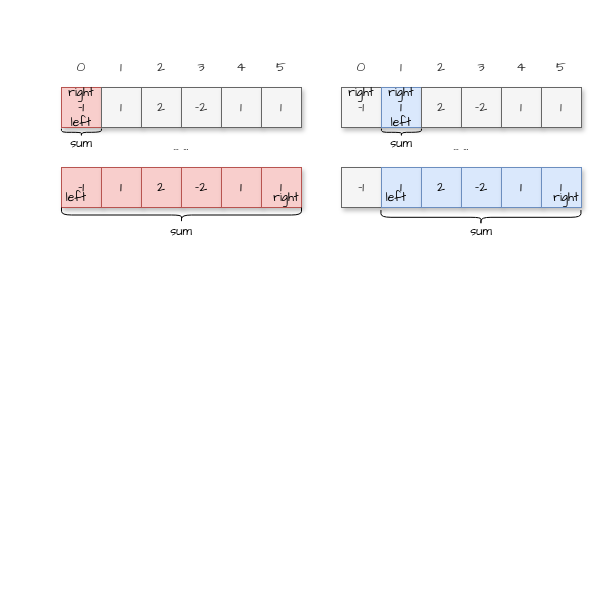
Above: draw.io/和为 K 的子数组.drawio in goldknife6/algorithm (draw.io), before the change. Source tidied: cells renumbered, new cells numbered last; positions are measured from the earlier drawing's top-left corner, leaving out a move shared by most shapes. Both pictures are drawn from the tidied source at 100%, with x=0, y=0 at pixel (61, 47).
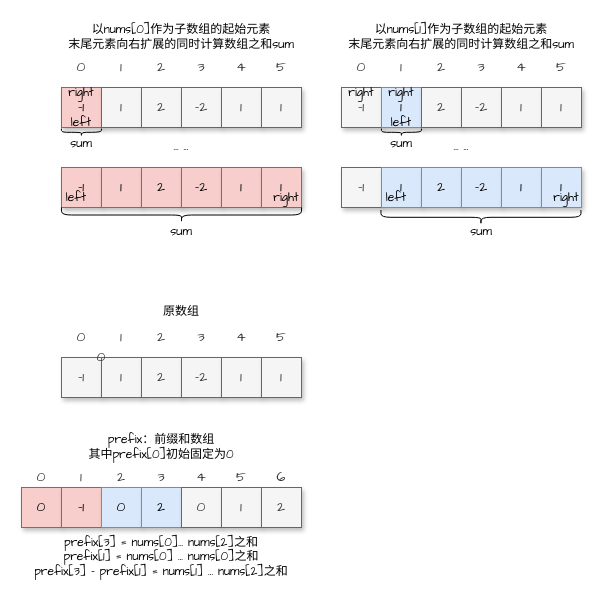
The same page after the edit.

Commit message (it also covers changes not shown here):
更新和为 K 的子数组.drawio

What changed in the source:
```diff
@@
+    <mxCell id="57" value="&lt;font style=&quot;font-size: 14px&quot; face=&quot;Comic Sans MS&quot;&gt;0&lt;/font&gt;" style="rounded=0;whiteSpace=wrap;html=1;fillColor=#f8cecc;strokeColor=#b85450;shadow=1;" parent="1" vertex="1">
+      <mxGeometry x="-40" y="440" width="40" height="40" as="geometry" />
+    </mxCell>
@@
+    <mxCell id="58" value="以nums[0]作为子数组的起始元素&lt;br&gt;&lt;div class=&quot;okr-block-clipboard&quot;&gt;&lt;/div&gt;&lt;div&gt;末尾元素向右扩展的同时计算数组之和sum&lt;/div&gt;" style="text;html=1;strokeColor=none;fillColor=none;align=center;verticalAlign=middle;whiteSpace=wrap;rounded=0;fontFamily=Comic Sans MS;" parent="1" vertex="1">
+      <mxGeometry y="-30" width="240" height="40" as="geometry" />
+    </mxCell>
+    <mxCell id="59" value="以nums[1]作为子数组的起始元素&lt;br&gt;&lt;div class=&quot;okr-block-clipboard&quot;&gt;&lt;/div&gt;&lt;div&gt;末尾元素向右扩展的同时计算数组之和sum&lt;/div&gt;" style="text;html=1;strokeColor=none;fillColor=none;align=center;verticalAlign=middle;whiteSpace=wrap;rounded=0;fontFamily=Comic Sans MS;" parent="1" vertex="1">
+      <mxGeometry x="280" y="-30" width="240" height="40" as="geometry" />
+    </mxCell>
+    <mxCell id="60" value="&lt;font style=&quot;font-size: 14px&quot; face=&quot;Comic Sans MS&quot;&gt;-1&lt;/font&gt;" style="rounded=0;whiteSpace=wrap;html=1;fillColor=#f5f5f5;strokeColor=#666666;shadow=1;fontColor=#333333;" parent="1" vertex="1">
+      <mxGeometry y="310" width="40" height="40" as="geometry" />
+    </mxCell>
+    <mxCell id="61" value="&lt;font style=&quot;font-size: 14px&quot; face=&quot;Comic Sans MS&quot;&gt;1&lt;/font&gt;" style="rounded=0;whiteSpace=wrap;html=1;fillColor=#f5f5f5;strokeColor=#666666;fontColor=#333333;shadow=1;" parent="1" vertex="1">
+      <mxGeometry x="40" y="310" width="40" height="40" as="geometry" />
+    </mxCell>
+    <mxCell id="62" value="&lt;font style=&quot;font-size: 14px&quot; face=&quot;Comic Sans MS&quot;&gt;2&lt;/font&gt;" style="rounded=0;whiteSpace=wrap;html=1;fillColor=#f5f5f5;strokeColor=#666666;fontColor=#333333;shadow=1;" parent="1" vertex="1">
+      <mxGeometry x="80" y="310" width="40" height="40" as="geometry" />
+    </mxCell>
+    <mxCell id="63" value="&lt;font style=&quot;font-size: 14px&quot; face=&quot;Comic Sans MS&quot;&gt;-2&lt;/font&gt;" style="rounded=0;whiteSpace=wrap;html=1;fillColor=#f5f5f5;strokeColor=#666666;fontColor=#333333;shadow=1;" parent="1" vertex="1">
+      <mxGeometry x="120" y="310" width="40" height="40" as="geometry" />
+    </mxCell>
+    <mxCell id="64" value="&lt;font style=&quot;font-size: 14px&quot; face=&quot;Comic Sans MS&quot;&gt;0&lt;/font&gt;" style="rounded=0;whiteSpace=wrap;html=1;fillColor=#f5f5f5;strokeColor=#666666;fontColor=#333333;shadow=1;opacity=0;" parent="1" vertex="1">
+      <mxGeometry y="270" width="40" height="40" as="geometry" />
+    </mxCell>
+    <mxCell id="65" value="&lt;font style=&quot;font-size: 14px&quot; face=&quot;Comic Sans MS&quot;&gt;1&lt;/font&gt;" style="rounded=0;whiteSpace=wrap;html=1;fillColor=#f5f5f5;strokeColor=#666666;fontColor=#333333;shadow=1;opacity=0;" parent="1" vertex="1">
+      <mxGeometry x="40" y="270" width="40" height="40" as="geometry" />
+    </mxCell>
+    <mxCell id="66" value="&lt;font style=&quot;font-size: 14px&quot; face=&quot;Comic Sans MS&quot;&gt;2&lt;/font&gt;" style="rounded=0;whiteSpace=wrap;html=1;fillColor=#f5f5f5;strokeColor=#666666;fontColor=#333333;shadow=1;opacity=0;" parent="1" vertex="1">
+      <mxGeometry x="80" y="270" width="40" height="40" as="geometry" />
+    </mxCell>
+    <mxCell id="67" value="&lt;font style=&quot;font-size: 14px&quot; face=&quot;Comic Sans MS&quot;&gt;3&lt;/font&gt;" style="rounded=0;whiteSpace=wrap;html=1;fillColor=#f5f5f5;strokeColor=#666666;fontColor=#333333;shadow=1;opacity=0;" parent="1" vertex="1">
+      <mxGeometry x="120" y="270" width="40" height="40" as="geometry" />
+    </mxCell>
+    <mxCell id="68" value="&lt;font style=&quot;font-size: 14px&quot; face=&quot;Comic Sans MS&quot;&gt;1&lt;/font&gt;" style="rounded=0;whiteSpace=wrap;html=1;fillColor=#f5f5f5;strokeColor=#666666;fontColor=#333333;shadow=1;" parent="1" vertex="1">
+      <mxGeometry x="160" y="310" width="40" height="40" as="geometry" />
+    </mxCell>
+    <mxCell id="69" value="&lt;font style=&quot;font-size: 14px&quot; face=&quot;Comic Sans MS&quot;&gt;1&lt;/font&gt;" style="rounded=0;whiteSpace=wrap;html=1;fillColor=#f5f5f5;strokeColor=#666666;fontColor=#333333;shadow=1;" parent="1" vertex="1">
+      <mxGeometry x="200" y="310" width="40" height="40" as="geometry" />
+    </mxCell>
+    <mxCell id="70" value="&lt;font style=&quot;font-size: 14px&quot; face=&quot;Comic Sans MS&quot;&gt;4&lt;/font&gt;" style="rounded=0;whiteSpace=wrap;html=1;fillColor=#f5f5f5;strokeColor=#666666;fontColor=#333333;shadow=1;opacity=0;" parent="1" vertex="1">
+      <mxGeometry x="160" y="270" width="40" height="40" as="geometry" />
+    </mxCell>
+    <mxCell id="71" value="&lt;font style=&quot;font-size: 14px&quot; face=&quot;Comic Sans MS&quot;&gt;5&lt;/font&gt;" style="rounded=0;whiteSpace=wrap;html=1;fillColor=#f5f5f5;strokeColor=#666666;fontColor=#333333;shadow=1;opacity=0;" parent="1" vertex="1">
+      <mxGeometry x="200" y="270" width="40" height="40" as="geometry" />
+    </mxCell>
+    <mxCell id="72" value="原数组" style="text;html=1;strokeColor=none;fillColor=none;align=center;verticalAlign=middle;whiteSpace=wrap;rounded=0;fontFamily=Comic Sans MS;" parent="1" vertex="1">
+      <mxGeometry y="250" width="240" height="30" as="geometry" />
+    </mxCell>
+    <mxCell id="73" value="&lt;font style=&quot;font-size: 14px&quot; face=&quot;Comic Sans MS&quot;&gt;-1&lt;/font&gt;" style="rounded=0;whiteSpace=wrap;html=1;fillColor=#f8cecc;strokeColor=#b85450;shadow=1;" parent="1" vertex="1">
+      <mxGeometry y="440" width="40" height="40" as="geometry" />
+    </mxCell>
+    <mxCell id="74" value="&lt;font style=&quot;font-size: 14px&quot; face=&quot;Comic Sans MS&quot;&gt;0&lt;/font&gt;" style="rounded=0;whiteSpace=wrap;html=1;fillColor=#dae8fc;strokeColor=#6c8ebf;shadow=1;" parent="1" vertex="1">
+      <mxGeometry x="40" y="440" width="40" height="40" as="geometry" />
+    </mxCell>
+    <mxCell id="75" value="&lt;font style=&quot;font-size: 14px&quot; face=&quot;Comic Sans MS&quot;&gt;2&lt;/font&gt;" style="rounded=0;whiteSpace=wrap;html=1;fillColor=#dae8fc;strokeColor=#6c8ebf;shadow=1;" parent="1" vertex="1">
+      <mxGeometry x="80" y="440" width="40" height="40" as="geometry" />
+    </mxCell>
+    <mxCell id="76" value="&lt;font style=&quot;font-size: 14px&quot; face=&quot;Comic Sans MS&quot;&gt;0&lt;/font&gt;" style="rounded=0;whiteSpace=wrap;html=1;fillColor=#f5f5f5;strokeColor=#666666;fontColor=#333333;shadow=1;" parent="1" vertex="1">
+      <mxGeometry x="120" y="440" width="40" height="40" as="geometry" />
+    </mxCell>
+    <mxCell id="77" value="&lt;font style=&quot;font-size: 14px&quot; face=&quot;Comic Sans MS&quot;&gt;1&lt;/font&gt;" style="rounded=0;whiteSpace=wrap;html=1;fillColor=#f5f5f5;strokeColor=#666666;fontColor=#333333;shadow=1;" parent="1" vertex="1">
+      <mxGeometry x="160" y="440" width="40" height="40" as="geometry" />
+    </mxCell>
+    <mxCell id="78" value="&lt;font style=&quot;font-size: 14px&quot; face=&quot;Comic Sans MS&quot;&gt;2&lt;/font&gt;" style="rounded=0;whiteSpace=wrap;html=1;fillColor=#f5f5f5;strokeColor=#666666;fontColor=#333333;shadow=1;" parent="1" vertex="1">
+      <mxGeometry x="200" y="440" width="40" height="40" as="geometry" />
+    </mxCell>
+    <mxCell id="79" value="prefix：前缀和数组&lt;br&gt;其中prefix[0]初始固定为0" style="text;html=1;strokeColor=none;fillColor=none;align=center;verticalAlign=middle;whiteSpace=wrap;rounded=0;fontFamily=Comic Sans MS;" parent="1" vertex="1">
+      <mxGeometry x="-40" y="380" width="280" height="40" as="geometry" />
+    </mxCell>
+    <mxCell id="80" value="&lt;font style=&quot;font-size: 14px&quot; face=&quot;Comic Sans MS&quot;&gt;1&lt;/font&gt;" style="rounded=0;whiteSpace=wrap;html=1;fillColor=#f5f5f5;strokeColor=#666666;fontColor=#333333;shadow=1;opacity=0;" parent="1" vertex="1">
+      <mxGeometry y="420" width="40" height="20" as="geometry" />
+    </mxCell>
+    <mxCell id="81" value="&lt;font style=&quot;font-size: 14px&quot; face=&quot;Comic Sans MS&quot;&gt;0&lt;/font&gt;" style="rounded=0;whiteSpace=wrap;html=1;fillColor=#f5f5f5;strokeColor=#666666;fontColor=#333333;shadow=1;opacity=0;" parent="1" vertex="1">
+      <mxGeometry x="20" y="290" width="40" height="40" as="geometry" />
+    </mxCell>
+    <mxCell id="82" value="&lt;font style=&quot;font-size: 14px&quot; face=&quot;Comic Sans MS&quot;&gt;2&lt;/font&gt;" style="rounded=0;whiteSpace=wrap;html=1;fillColor=#f5f5f5;strokeColor=#666666;fontColor=#333333;shadow=1;opacity=0;" parent="1" vertex="1">
+      <mxGeometry x="40" y="420" width="40" height="20" as="geometry" />
+    </mxCell>
+    <mxCell id="83" value="&lt;font style=&quot;font-size: 14px&quot; face=&quot;Comic Sans MS&quot;&gt;0&lt;/font&gt;" style="rounded=0;whiteSpace=wrap;html=1;fillColor=#f5f5f5;strokeColor=#666666;fontColor=#333333;shadow=1;opacity=0;" parent="1" vertex="1">
+      <mxGeometry x="-40" y="420" width="40" height="20" as="geometry" />
+    </mxCell>
+    <mxCell id="84" value="&lt;font style=&quot;font-size: 14px&quot; face=&quot;Comic Sans MS&quot;&gt;3&lt;/font&gt;" style="rounded=0;whiteSpace=wrap;html=1;fillColor=#f5f5f5;strokeColor=#666666;fontColor=#333333;shadow=1;opacity=0;" parent="1" vertex="1">
+      <mxGeometry x="80" y="420" width="40" height="20" as="geometry" />
+    </mxCell>
+    <mxCell id="85" value="&lt;font style=&quot;font-size: 14px&quot; face=&quot;Comic Sans MS&quot;&gt;4&lt;/font&gt;" style="rounded=0;whiteSpace=wrap;html=1;fillColor=#f5f5f5;strokeColor=#666666;fontColor=#333333;shadow=1;opacity=0;" parent="1" vertex="1">
+      <mxGeometry x="120" y="420" width="40" height="20" as="geometry" />
+    </mxCell>
+    <mxCell id="86" value="&lt;font style=&quot;font-size: 14px&quot; face=&quot;Comic Sans MS&quot;&gt;5&lt;/font&gt;" style="rounded=0;whiteSpace=wrap;html=1;fillColor=#f5f5f5;strokeColor=#666666;fontColor=#333333;shadow=1;opacity=0;" parent="1" vertex="1">
+      <mxGeometry x="160" y="420" width="40" height="20" as="geometry" />
+    </mxCell>
+    <mxCell id="87" value="&lt;font style=&quot;font-size: 14px&quot; face=&quot;Comic Sans MS&quot;&gt;6&lt;/font&gt;" style="rounded=0;whiteSpace=wrap;html=1;fillColor=#f5f5f5;strokeColor=#666666;fontColor=#333333;shadow=1;opacity=0;" parent="1" vertex="1">
+      <mxGeometry x="200" y="420" width="40" height="20" as="geometry" />
+    </mxCell>
+    <mxCell id="88" value="prefix[3] = nums[0]... nums[2]之和&lt;br&gt;prefix[1] = nums[0] ... nums[0]之和&lt;br&gt;prefix[3] - prefix[1] = nums[1] ... nums[2]之和" style="text;html=1;strokeColor=none;fillColor=none;align=center;verticalAlign=middle;whiteSpace=wrap;rounded=0;fontFamily=Comic Sans MS;" parent="1" vertex="1">
+      <mxGeometry x="-40" y="480" width="280" height="60" as="geometry" />
+    </mxCell>
```
